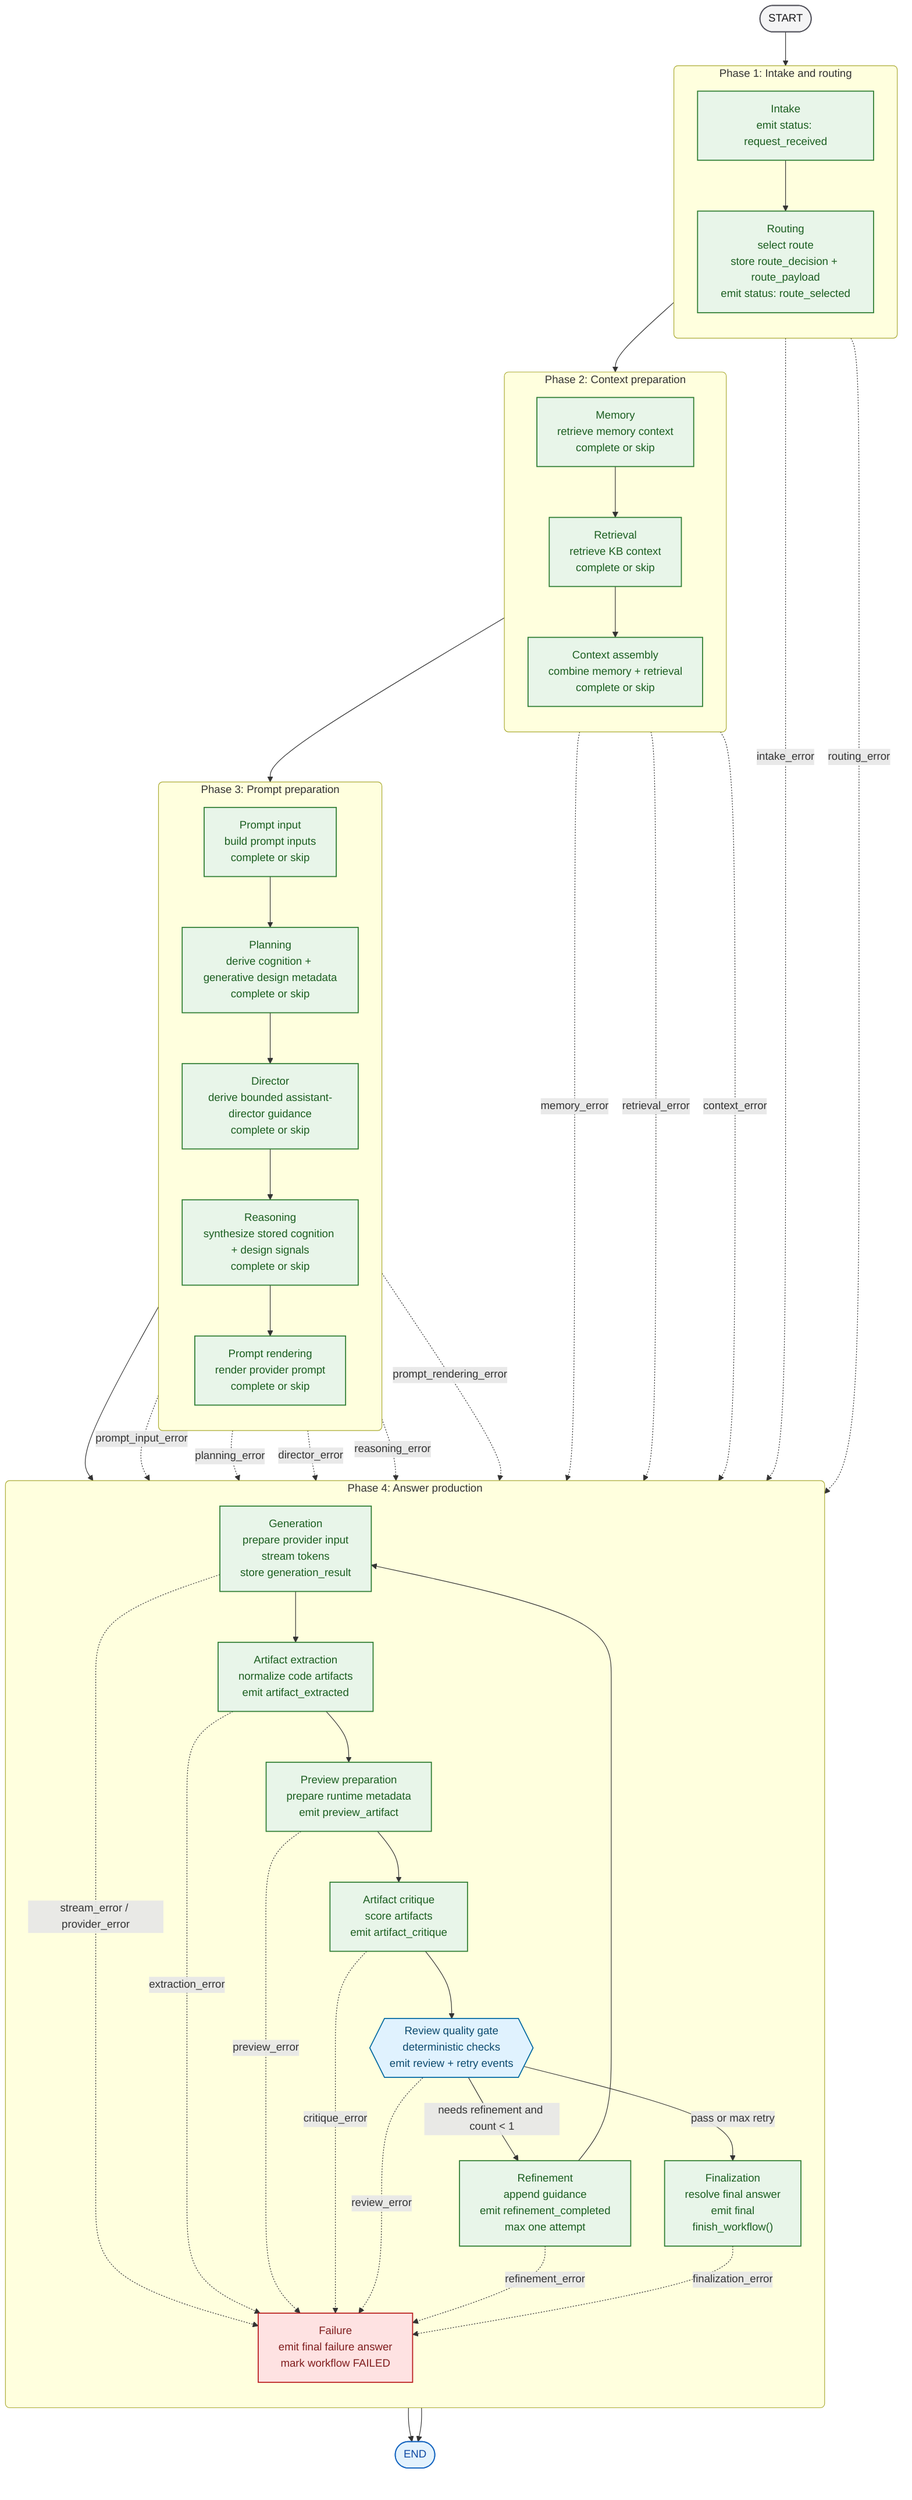
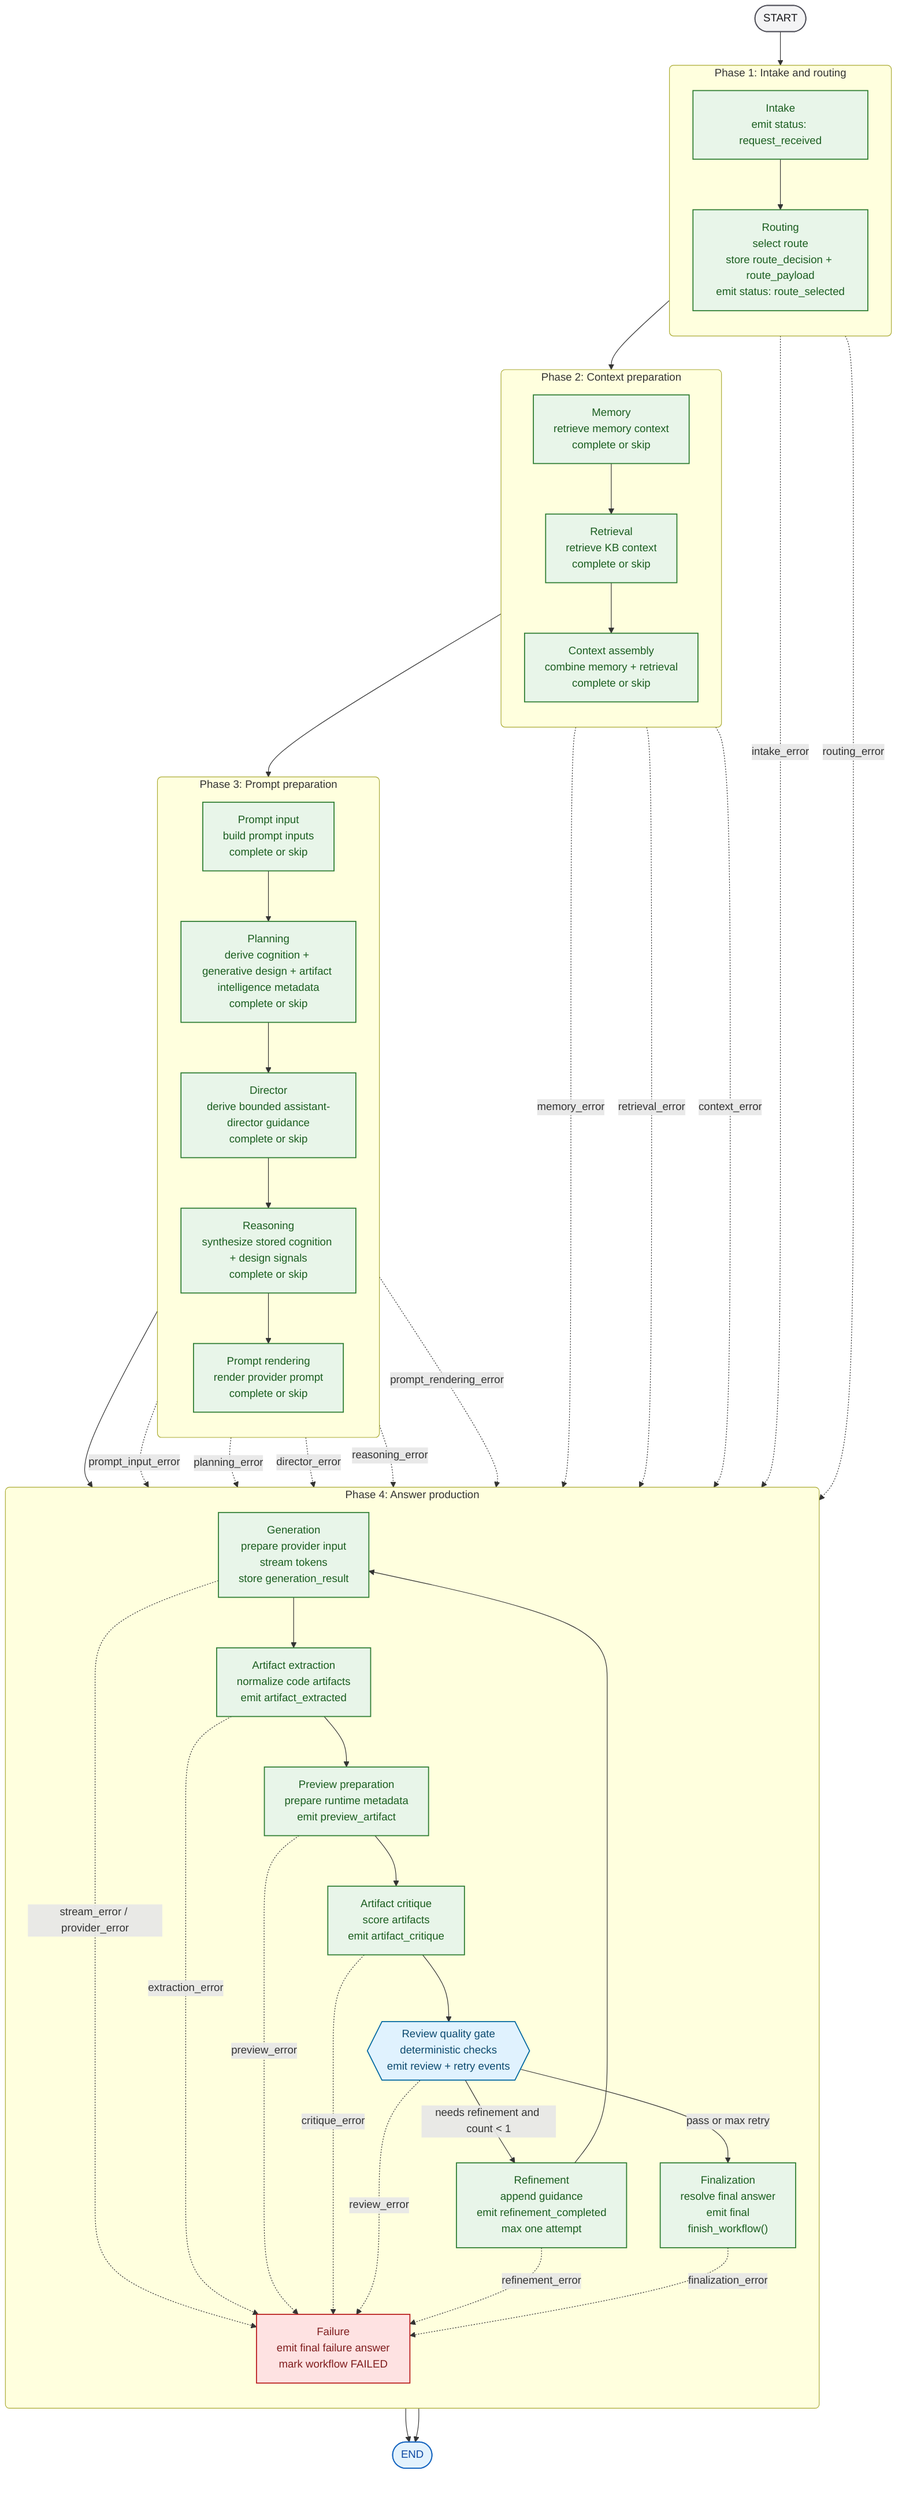
flowchart TB
    classDef boundary fill:#F4F4F5,stroke:#52525B,color:#18181B,stroke-width:1.5px;
    classDef implemented fill:#E8F5E9,stroke:#2E7D32,color:#1B5E20,stroke-width:1.5px;
    classDef gate fill:#E0F2FE,stroke:#0369A1,color:#0C4A6E,stroke-width:1.5px;
    classDef failure fill:#FEE2E2,stroke:#B91C1C,color:#7F1D1D,stroke-width:1.5px;
    classDef terminal fill:#E3F2FD,stroke:#1565C0,color:#0D47A1,stroke-width:1.5px;

    start([START])
    finish([END])

    subgraph phase_1["Phase 1: Intake and routing"]
        direction TB
        intake["Intake<br/>emit status: request_received"]
        routing["Routing<br/>select route<br/>store route_decision + route_payload<br/>emit status: route_selected"]
    end

    subgraph phase_2["Phase 2: Context preparation"]
        direction TB
        memory["Memory<br/>retrieve memory context<br/>complete or skip"]
        retrieval["Retrieval<br/>retrieve KB context<br/>complete or skip"]
        context_assembly["Context assembly<br/>combine memory + retrieval<br/>complete or skip"]
    end

    subgraph phase_3["Phase 3: Prompt preparation"]
        direction TB
        prompt_input["Prompt input<br/>build prompt inputs<br/>complete or skip"]
-         planning["Planning<br/>derive cognition + generative design metadata<br/>complete or skip"]
+         planning["Planning<br/>derive cognition + generative design + artifact intelligence metadata<br/>complete or skip"]
        director["Director<br/>derive bounded assistant-director guidance<br/>complete or skip"]
        reasoning["Reasoning<br/>synthesize stored cognition + design signals<br/>complete or skip"]
        prompt_rendering["Prompt rendering<br/>render provider prompt<br/>complete or skip"]
    end

    subgraph phase_4["Phase 4: Answer production"]
        direction TB
        generation["Generation<br/>prepare provider input<br/>stream tokens<br/>store generation_result"]
        artifact_extraction["Artifact extraction<br/>normalize code artifacts<br/>emit artifact_extracted"]
        preview_preparation["Preview preparation<br/>prepare runtime metadata<br/>emit preview_artifact"]
        artifact_critique["Artifact critique<br/>score artifacts<br/>emit artifact_critique"]
        review{{"Review quality gate<br/>deterministic checks<br/>emit review + retry events"}}
        refinement["Refinement<br/>append guidance<br/>emit refinement_completed<br/>max one attempt"]
        finalization["Finalization<br/>resolve final answer<br/>emit final<br/>finish_workflow()"]
        failure["Failure<br/>emit final failure answer<br/>mark workflow FAILED"]
    end

    start --> intake --> routing --> memory --> retrieval --> context_assembly --> prompt_input --> planning --> director --> reasoning --> prompt_rendering --> generation --> artifact_extraction --> preview_preparation --> artifact_critique --> review
    review -->|"pass or max retry"| finalization --> finish
    review -->|"needs refinement and count < 1"| refinement --> generation
    intake -. intake_error .-> failure
    routing -. routing_error .-> failure
    memory -. memory_error .-> failure
    retrieval -. retrieval_error .-> failure
    context_assembly -. context_error .-> failure
    prompt_input -. prompt_input_error .-> failure
    planning -. planning_error .-> failure
    director -. director_error .-> failure
    reasoning -. reasoning_error .-> failure
    prompt_rendering -. prompt_rendering_error .-> failure
    generation -. stream_error / provider_error .-> failure
    artifact_extraction -. extraction_error .-> failure
    preview_preparation -. preview_error .-> failure
    artifact_critique -. critique_error .-> failure
    review -. review_error .-> failure
    refinement -. refinement_error .-> failure
    finalization -. finalization_error .-> failure
    failure --> finish

    class start boundary
    class finish terminal
    class intake,routing,memory,retrieval,context_assembly,prompt_input,planning,director,reasoning,prompt_rendering,generation,artifact_extraction,preview_preparation,artifact_critique,refinement,finalization implemented
    class review gate
    class failure failure
    style phase_1 rx:6px,ry:6px
    style phase_2 rx:6px,ry:6px
    style phase_3 rx:6px,ry:6px
    style phase_4 rx:6px,ry:6px
